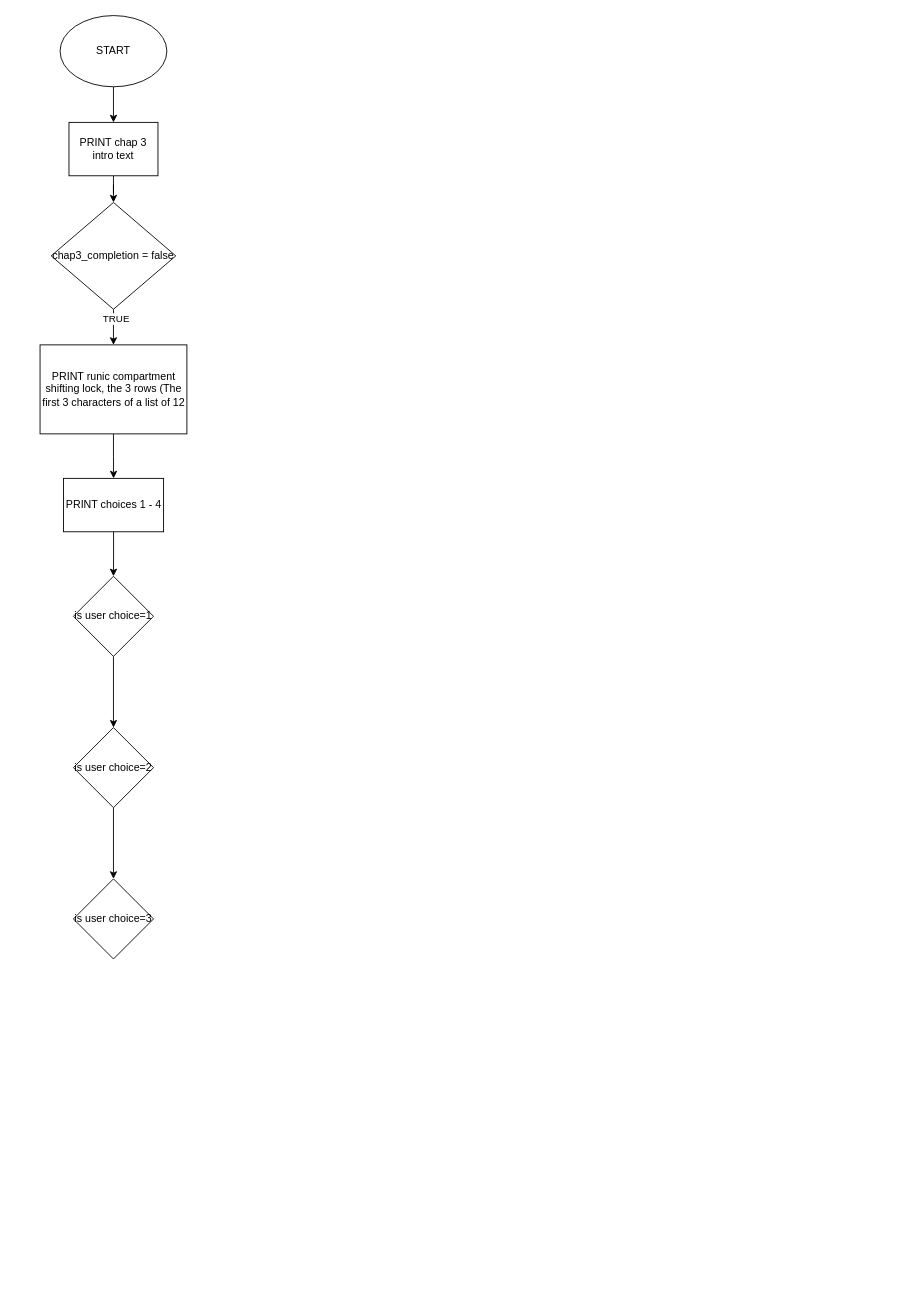
The draw.io diagram Week 5/chap3.drawio in christianantoniocagz-del/CCagalitan-CSS225-Fall-2026, before the edit. Source tidied: cells renumbered, new cells numbered last; positions are measured from the earlier drawing's top-left corner, leaving out a move shared by most shapes. Both pictures are drawn from the tidied source at 89%, with x=0, y=0 at pixel (40, 15).
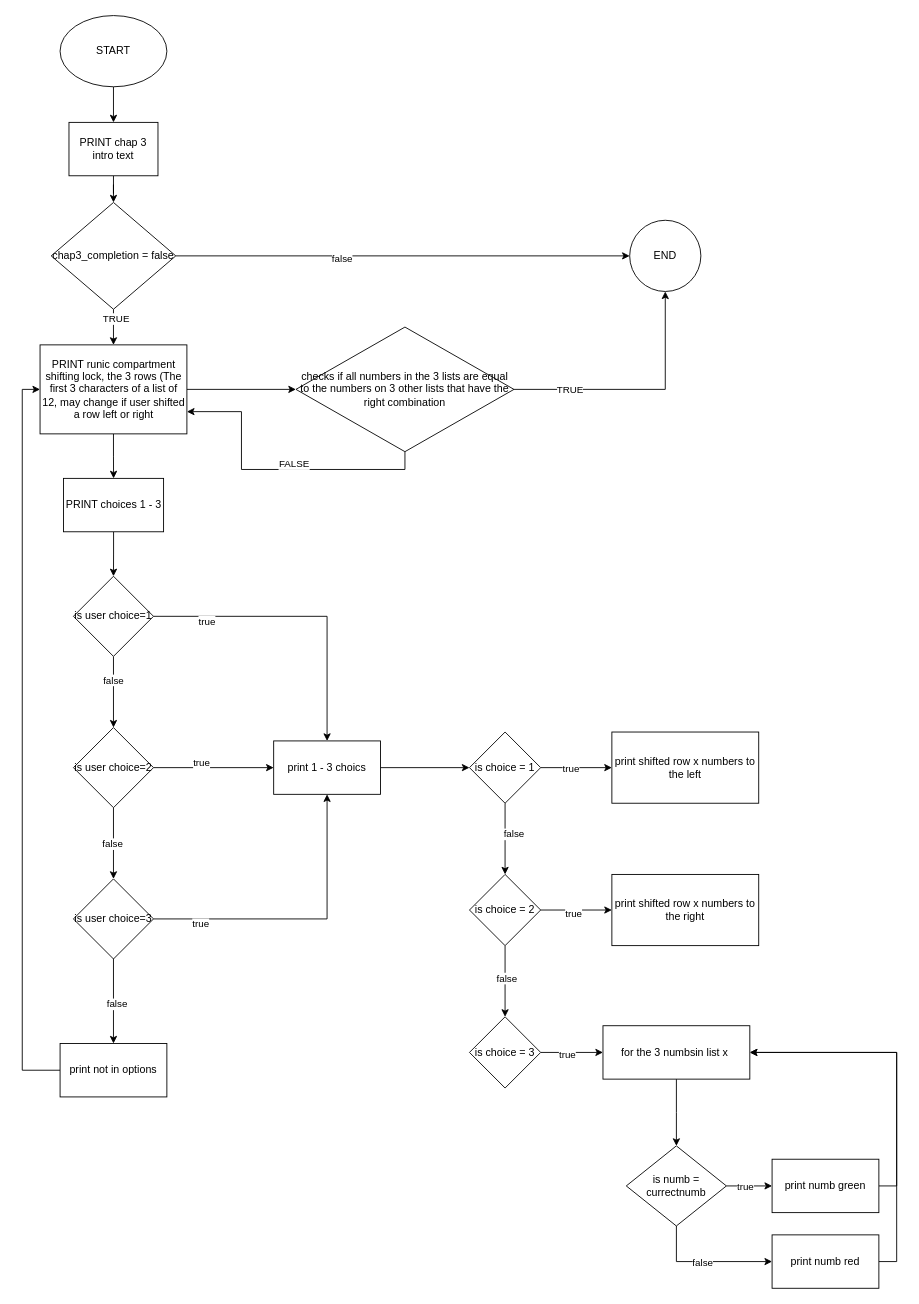
Above is the later version.

Unchanged cells that the change refers to:
```xml
<mxCell id="8" value="chap3_completion = false" style="rhombus;whiteSpace=wrap;html=1;shapeInside=1;" parent="1" vertex="1">
  <mxGeometry x="12" y="210" width="140" height="120" as="geometry" />
</mxCell>
<mxCell id="13" style="edgeStyle=orthogonalEdgeStyle;rounded=0;jettySize=auto;html=1;defaultLabelBackgroundColor=page;" parent="1" edge="1" source="14" target="16">
  <mxGeometry relative="1" as="geometry" />
</mxCell>
<mxCell id="14" value="is user choice=1" style="rhombus;whiteSpace=wrap;html=1;shapeInside=1;" parent="1" vertex="1">
  <mxGeometry x="37" y="630" width="90" height="90" as="geometry" />
</mxCell>
<mxCell id="15" style="edgeStyle=orthogonalEdgeStyle;rounded=0;jettySize=auto;html=1;defaultLabelBackgroundColor=page;" parent="1" edge="1" source="16" target="17">
  <mxGeometry relative="1" as="geometry" />
</mxCell>
<mxCell id="16" value="is user choice=2" style="rhombus;whiteSpace=wrap;html=1;shapeInside=1;" parent="1" vertex="1">
  <mxGeometry x="37" y="800" width="90" height="90" as="geometry" />
</mxCell>
<mxCell id="17" value="is user choice=3" style="rhombus;whiteSpace=wrap;html=1;shapeInside=1;" parent="1" vertex="1">
  <mxGeometry x="37" y="970" width="90" height="90" as="geometry" />
</mxCell>
```

The edit, as a diff of the source:
```diff
@@
+    <mxCell id="18" style="edgeStyle=orthogonalEdgeStyle;rounded=0;jettySize=auto;html=1;defaultLabelBackgroundColor=page;" parent="1" edge="1" source="8" target="66">
+      <mxGeometry relative="1" as="geometry" />
+    </mxCell>
+    <mxCell id="19" value="false" style="edgeLabel;html=1;align=center;verticalAlign=middle;inheritText=1;defaultLabelBackgroundColor=page;" parent="18" vertex="1">
+      <mxGeometry x="-0.27" y="-2" relative="1" as="geometry" />
+    </mxCell>
@@
+    <mxCell id="20" style="edgeStyle=orthogonalEdgeStyle;rounded=0;jettySize=auto;html=1;defaultLabelBackgroundColor=page;" parent="1" edge="1" source="10" target="65">
+      <mxGeometry relative="1" as="geometry" />
+    </mxCell>
-    <mxCell id="10" value="PRINT runic compartment shifting lock, the 3 rows (The first 3 characters of a list of 12" style="whiteSpace=wrap;html=1;" parent="1" vertex="1">
+    <mxCell id="10" value="PRINT runic compartment shifting lock, the 3 rows (The first 3 characters of a list of 12, may change if user shifted a row left or right" style="whiteSpace=wrap;html=1;" parent="1" vertex="1">
       <mxGeometry x="-0.5" y="370" width="165" height="100" as="geometry" />
     </mxCell>
@@
-    <mxCell id="12" value="PRINT choices 1 - 4" style="whiteSpace=wrap;html=1;" parent="1" vertex="1">
+    <mxCell id="12" value="PRINT choices 1 - 3" style="whiteSpace=wrap;html=1;" parent="1" vertex="1">
       <mxGeometry x="25.8" y="520" width="112.5" height="60" as="geometry" />
     </mxCell>
@@
+    <mxCell id="21" value="false" style="edgeLabel;html=1;align=center;verticalAlign=middle;inheritText=1;defaultLabelBackgroundColor=page;" parent="13" vertex="1">
+      <mxGeometry x="-0.35" y="-1" relative="1" as="geometry" />
+    </mxCell>
+    <mxCell id="22" style="edgeStyle=orthogonalEdgeStyle;rounded=0;jettySize=auto;html=1;defaultLabelBackgroundColor=page;" parent="1" edge="1" source="14" target="32">
+      <mxGeometry relative="1" as="geometry" />
+    </mxCell>
+    <mxCell id="23" value="true" style="edgeLabel;html=1;align=center;verticalAlign=middle;inheritText=1;defaultLabelBackgroundColor=page;" parent="22" vertex="1">
+      <mxGeometry x="-0.65" y="-5" relative="1" as="geometry" />
+    </mxCell>
@@
+    <mxCell id="24" value="false" style="edgeLabel;html=1;align=center;verticalAlign=middle;inheritText=1;defaultLabelBackgroundColor=page;" parent="15" vertex="1">
+      <mxGeometry x="-0.01" y="-2" relative="1" as="geometry" />
+    </mxCell>
+    <mxCell id="25" style="edgeStyle=orthogonalEdgeStyle;rounded=0;jettySize=auto;html=1;defaultLabelBackgroundColor=page;entryX=0;entryY=0.5;entryDx=0;entryDy=0;" parent="1" edge="1" source="16" target="32">
+      <mxGeometry relative="1" as="geometry" />
+    </mxCell>
+    <mxCell id="26" value="true" style="edgeLabel;html=1;align=center;verticalAlign=middle;inheritText=1;defaultLabelBackgroundColor=page;" parent="25" vertex="1">
+      <mxGeometry x="-0.22" y="6" relative="1" as="geometry" />
+    </mxCell>
@@
+    <mxCell id="27" style="edgeStyle=orthogonalEdgeStyle;rounded=0;jettySize=auto;html=1;exitX=1;exitY=0.5;exitDx=0;exitDy=0;entryX=0.5;entryY=1;entryDx=0;entryDy=0;defaultLabelBackgroundColor=page;" parent="1" edge="1" source="17" target="32">
+      <mxGeometry relative="1" as="geometry" />
+    </mxCell>
+    <mxCell id="28" value="true" style="edgeLabel;html=1;align=center;verticalAlign=middle;inheritText=1;defaultLabelBackgroundColor=page;" parent="27" vertex="1">
+      <mxGeometry x="-0.69" y="-5" relative="1" as="geometry" />
+    </mxCell>
+    <mxCell id="29" style="edgeStyle=orthogonalEdgeStyle;rounded=0;jettySize=auto;html=1;defaultLabelBackgroundColor=page;" parent="1" edge="1" source="17" target="60">
+      <mxGeometry relative="1" as="geometry" />
+    </mxCell>
+    <mxCell id="30" value="false" style="edgeLabel;html=1;align=center;verticalAlign=middle;inheritText=1;defaultLabelBackgroundColor=page;" parent="29" vertex="1">
+      <mxGeometry x="0.05" y="3" relative="1" as="geometry" />
+    </mxCell>
@@
+    <mxCell id="31" style="edgeStyle=orthogonalEdgeStyle;rounded=0;jettySize=auto;html=1;defaultLabelBackgroundColor=page;" parent="1" edge="1" source="32" target="37">
+      <mxGeometry relative="1" as="geometry" />
+    </mxCell>
+    <mxCell id="32" value="print 1 - 3 choics" style="whiteSpace=wrap;html=1;" parent="1" vertex="1">
+      <mxGeometry x="262" y="815" width="120" height="60" as="geometry" />
+    </mxCell>
+    <mxCell id="33" style="edgeStyle=orthogonalEdgeStyle;rounded=0;jettySize=auto;html=1;defaultLabelBackgroundColor=page;" parent="1" edge="1" source="37" target="42">
+      <mxGeometry relative="1" as="geometry" />
+    </mxCell>
+    <mxCell id="34" value="false" style="edgeLabel;html=1;align=center;verticalAlign=middle;inheritText=1;defaultLabelBackgroundColor=page;" parent="33" vertex="1">
+      <mxGeometry x="-0.14" y="9" relative="1" as="geometry" />
+    </mxCell>
+    <mxCell id="35" style="edgeStyle=orthogonalEdgeStyle;rounded=0;jettySize=auto;html=1;defaultLabelBackgroundColor=page;" parent="1" edge="1" source="37" target="46">
+      <mxGeometry relative="1" as="geometry" />
+    </mxCell>
+    <mxCell id="36" value="true" style="edgeLabel;html=1;align=center;verticalAlign=middle;inheritText=1;defaultLabelBackgroundColor=page;" parent="35" vertex="1">
+      <mxGeometry x="-0.17" relative="1" as="geometry" />
+    </mxCell>
+    <mxCell id="37" value="is choice = 1" style="rhombus;whiteSpace=wrap;html=1;shapeInside=1;" parent="1" vertex="1">
+      <mxGeometry x="482" y="805" width="80" height="80" as="geometry" />
+    </mxCell>
+    <mxCell id="38" style="edgeStyle=orthogonalEdgeStyle;rounded=0;jettySize=auto;html=1;defaultLabelBackgroundColor=page;" parent="1" edge="1" source="42" target="45">
+      <mxGeometry relative="1" as="geometry" />
+    </mxCell>
+    <mxCell id="39" value="false" style="edgeLabel;html=1;align=center;verticalAlign=middle;inheritText=1;defaultLabelBackgroundColor=page;" parent="38" vertex="1">
+      <mxGeometry x="-0.11" y="1" relative="1" as="geometry" />
+    </mxCell>
+    <mxCell id="40" style="edgeStyle=orthogonalEdgeStyle;rounded=0;jettySize=auto;html=1;exitX=1;exitY=0.5;exitDx=0;exitDy=0;entryX=0;entryY=0.5;entryDx=0;entryDy=0;defaultLabelBackgroundColor=page;" parent="1" edge="1" source="42" target="47">
+      <mxGeometry relative="1" as="geometry" />
+    </mxCell>
+    <mxCell id="41" value="true" style="edgeLabel;html=1;align=center;verticalAlign=middle;inheritText=1;defaultLabelBackgroundColor=page;" parent="40" vertex="1">
+      <mxGeometry x="-0.09" y="-3" relative="1" as="geometry" />
+    </mxCell>
+    <mxCell id="42" value="is choice = 2" style="rhombus;whiteSpace=wrap;html=1;shapeInside=1;" parent="1" vertex="1">
+      <mxGeometry x="482" y="965" width="80" height="80" as="geometry" />
+    </mxCell>
+    <mxCell id="43" style="edgeStyle=orthogonalEdgeStyle;rounded=0;jettySize=auto;html=1;defaultLabelBackgroundColor=page;" parent="1" edge="1" source="45" target="49">
+      <mxGeometry relative="1" as="geometry" />
+    </mxCell>
+    <mxCell id="44" value="true" style="edgeLabel;html=1;align=center;verticalAlign=middle;inheritText=1;defaultLabelBackgroundColor=page;" parent="43" vertex="1">
+      <mxGeometry x="-0.16" y="-2" relative="1" as="geometry" />
+    </mxCell>
+    <mxCell id="45" value="is choice = 3" style="rhombus;whiteSpace=wrap;html=1;shapeInside=1;" parent="1" vertex="1">
+      <mxGeometry x="482" y="1125" width="80" height="80" as="geometry" />
+    </mxCell>
+    <mxCell id="46" value="print shifted row x numbers to the left" style="whiteSpace=wrap;html=1;" parent="1" vertex="1">
+      <mxGeometry x="642" y="805" width="165" height="80" as="geometry" />
+    </mxCell>
+    <mxCell id="47" value="print shifted row x numbers to the right" style="whiteSpace=wrap;html=1;" parent="1" vertex="1">
+      <mxGeometry x="642" y="965" width="165" height="80" as="geometry" />
+    </mxCell>
+    <mxCell id="48" style="edgeStyle=orthogonalEdgeStyle;rounded=0;jettySize=auto;html=1;defaultLabelBackgroundColor=page;" parent="1" edge="1" source="49" target="54">
+      <mxGeometry relative="1" as="geometry" />
+    </mxCell>
+    <mxCell id="49" value="for the 3 numbsin list x&amp;nbsp;" style="whiteSpace=wrap;html=1;" parent="1" vertex="1">
+      <mxGeometry x="632" y="1135" width="165" height="60" as="geometry" />
+    </mxCell>
+    <mxCell id="50" style="edgeStyle=orthogonalEdgeStyle;rounded=0;jettySize=auto;html=1;defaultLabelBackgroundColor=page;" parent="1" edge="1" source="54" target="56">
+      <mxGeometry relative="1" as="geometry" />
+    </mxCell>
+    <mxCell id="51" value="true" style="edgeLabel;html=1;align=center;verticalAlign=middle;inheritText=1;defaultLabelBackgroundColor=page;" parent="50" vertex="1">
+      <mxGeometry x="-0.2" relative="1" as="geometry" />
+    </mxCell>
+    <mxCell id="52" style="edgeStyle=orthogonalEdgeStyle;rounded=0;jettySize=auto;html=1;defaultLabelBackgroundColor=page;" parent="1" edge="1" source="54" target="58">
+      <mxGeometry relative="1" as="geometry">
+        <Array as="points">
+          <mxPoint x="714.6" y="1400" />
+        </Array>
+      </mxGeometry>
+    </mxCell>
+    <mxCell id="53" value="false" style="edgeLabel;html=1;align=center;verticalAlign=middle;inheritText=1;defaultLabelBackgroundColor=page;" parent="52" vertex="1">
+      <mxGeometry x="-0.07" y="-1" relative="1" as="geometry" />
+    </mxCell>
+    <mxCell id="54" value="is numb = currectnumb" style="rhombus;whiteSpace=wrap;html=1;shapeInside=1;" parent="1" vertex="1">
+      <mxGeometry x="658.2" y="1270" width="112.5" height="90" as="geometry" />
+    </mxCell>
+    <mxCell id="55" style="edgeStyle=orthogonalEdgeStyle;rounded=0;jettySize=auto;html=1;exitX=1;exitY=0.5;exitDx=0;exitDy=0;entryX=1;entryY=0.5;entryDx=0;entryDy=0;defaultLabelBackgroundColor=page;" parent="1" edge="1" source="56" target="49">
+      <mxGeometry relative="1" as="geometry" />
+    </mxCell>
+    <mxCell id="56" value="print numb green" style="whiteSpace=wrap;html=1;" parent="1" vertex="1">
+      <mxGeometry x="822" y="1285" width="120" height="60" as="geometry" />
+    </mxCell>
+    <mxCell id="57" style="edgeStyle=orthogonalEdgeStyle;rounded=0;jettySize=auto;html=1;exitX=1;exitY=0.5;exitDx=0;exitDy=0;entryX=1;entryY=0.5;entryDx=0;entryDy=0;defaultLabelBackgroundColor=page;" parent="1" edge="1" source="58" target="49">
+      <mxGeometry relative="1" as="geometry" />
+    </mxCell>
+    <mxCell id="58" value="print numb red" style="whiteSpace=wrap;html=1;" parent="1" vertex="1">
+      <mxGeometry x="822" y="1370" width="120" height="60" as="geometry" />
+    </mxCell>
+    <mxCell id="59" style="edgeStyle=orthogonalEdgeStyle;rounded=0;jettySize=auto;html=1;exitX=0;exitY=0.5;exitDx=0;exitDy=0;entryX=0;entryY=0.5;entryDx=0;entryDy=0;defaultLabelBackgroundColor=page;" parent="1" edge="1" source="60" target="10">
+      <mxGeometry relative="1" as="geometry" />
+    </mxCell>
+    <mxCell id="60" value="print not in options" style="whiteSpace=wrap;html=1;" parent="1" vertex="1">
+      <mxGeometry x="22" y="1155" width="120" height="60" as="geometry" />
+    </mxCell>
+    <mxCell id="61" style="edgeStyle=orthogonalEdgeStyle;rounded=0;jettySize=auto;html=1;exitX=0.5;exitY=1;exitDx=0;exitDy=0;entryX=1;entryY=0.75;entryDx=0;entryDy=0;defaultLabelBackgroundColor=page;" parent="1" edge="1" source="65" target="10">
+      <mxGeometry relative="1" as="geometry" />
+    </mxCell>
+    <mxCell id="62" value="FALSE" style="edgeLabel;html=1;align=center;verticalAlign=middle;inheritText=1;defaultLabelBackgroundColor=page;" parent="61" vertex="1">
+      <mxGeometry x="-0.12" y="-7" relative="1" as="geometry" />
+    </mxCell>
+    <mxCell id="63" style="edgeStyle=orthogonalEdgeStyle;rounded=0;jettySize=auto;html=1;exitX=1;exitY=0.5;exitDx=0;exitDy=0;entryX=0.5;entryY=1;entryDx=0;entryDy=0;defaultLabelBackgroundColor=page;" parent="1" edge="1" source="65" target="66">
+      <mxGeometry relative="1" as="geometry" />
+    </mxCell>
+    <mxCell id="64" value="TRUE" style="edgeLabel;html=1;align=center;verticalAlign=middle;inheritText=1;defaultLabelBackgroundColor=page;" parent="63" vertex="1">
+      <mxGeometry x="-0.56" relative="1" as="geometry" />
+    </mxCell>
+    <mxCell id="65" value="checks if all numbers in the 3 lists are equal to the numbers on 3 other lists that have the right combination" style="rhombus;whiteSpace=wrap;html=1;shapeInside=1;" parent="1" vertex="1">
+      <mxGeometry x="287" y="350" width="245" height="140" as="geometry" />
+    </mxCell>
+    <mxCell id="66" value="END" style="ellipse;whiteSpace=wrap;html=1;shapeInside=1;" parent="1" vertex="1">
+      <mxGeometry x="662" y="230" width="80" height="80" as="geometry" />
+    </mxCell>
```
